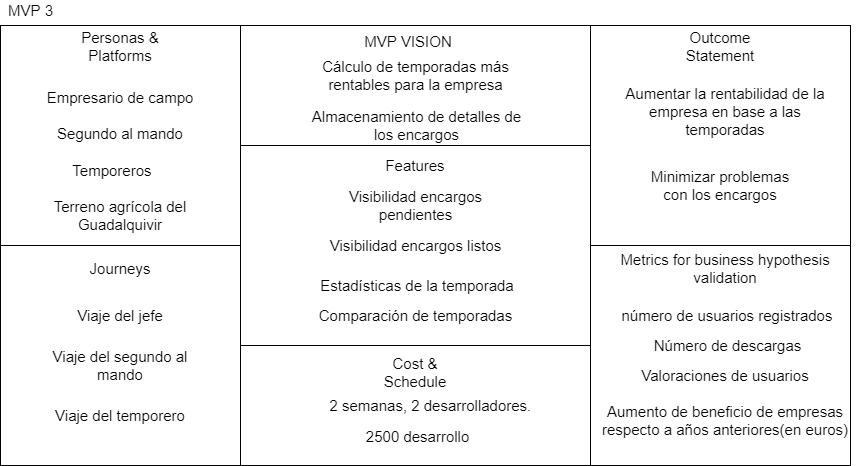
Earlier version of the draw.io export images/Canvas MVP3.png (iarrans/psg1practicas). Source tidied: cells renumbered, new cells last; positions are measured from the earlier drawing's top-left corner, leaving out a move shared by most shapes.
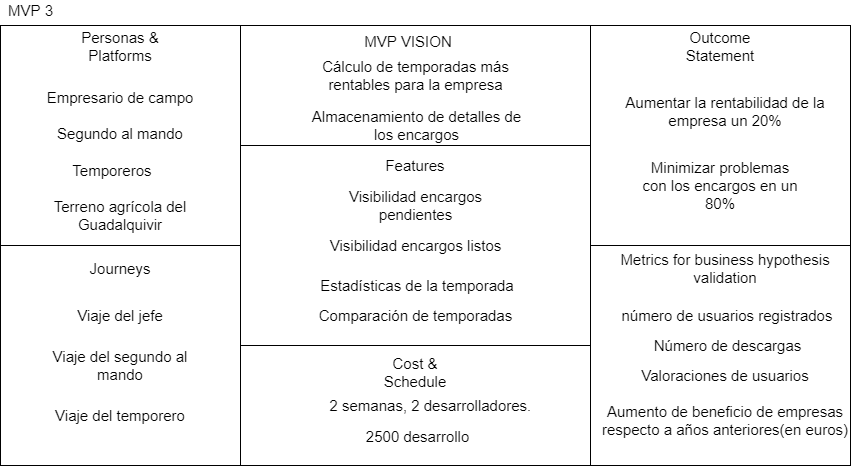
After the change.

Change to the diagram source:
```diff
@@ -50,10 +50,10 @@
     <mxCell id="17" value="Terreno agrícola del Guadalquivir" style="text;html=1;strokeColor=none;fillColor=none;align=center;verticalAlign=middle;whiteSpace=wrap;rounded=0;fontSize=15;" parent="1" vertex="1">
       <mxGeometry x="20" y="205" width="200" height="20" as="geometry" />
     </mxCell>
-    <mxCell id="18" value="Aumentar la rentabilidad de la&lt;br&gt;empresa en base a las&lt;br&gt;temporadas" style="text;html=1;strokeColor=none;fillColor=none;align=center;verticalAlign=middle;whiteSpace=wrap;rounded=0;fontSize=15;" parent="1" vertex="1">
+    <mxCell id="18" value="Aumentar la rentabilidad de la&lt;br&gt;empresa un 20%" style="text;html=1;strokeColor=none;fillColor=none;align=center;verticalAlign=middle;whiteSpace=wrap;rounded=0;fontSize=15;" parent="1" vertex="1">
       <mxGeometry x="602" y="86" width="246" height="49" as="geometry" />
     </mxCell>
-    <mxCell id="19" value="Minimizar problemas con los encargos" style="text;html=1;strokeColor=none;fillColor=none;align=center;verticalAlign=middle;whiteSpace=wrap;rounded=0;fontSize=15;" parent="1" vertex="1">
+    <mxCell id="19" value="Minimizar problemas con los encargos en un 80%" style="text;html=1;strokeColor=none;fillColor=none;align=center;verticalAlign=middle;whiteSpace=wrap;rounded=0;fontSize=15;" parent="1" vertex="1">
       <mxGeometry x="640" y="175" width="160" height="20" as="geometry" />
     </mxCell>
     <mxCell id="20" value="número de usuarios registrados" style="text;html=1;strokeColor=none;fillColor=none;align=center;verticalAlign=middle;whiteSpace=wrap;rounded=0;fontSize=15;" parent="1" vertex="1">
```
